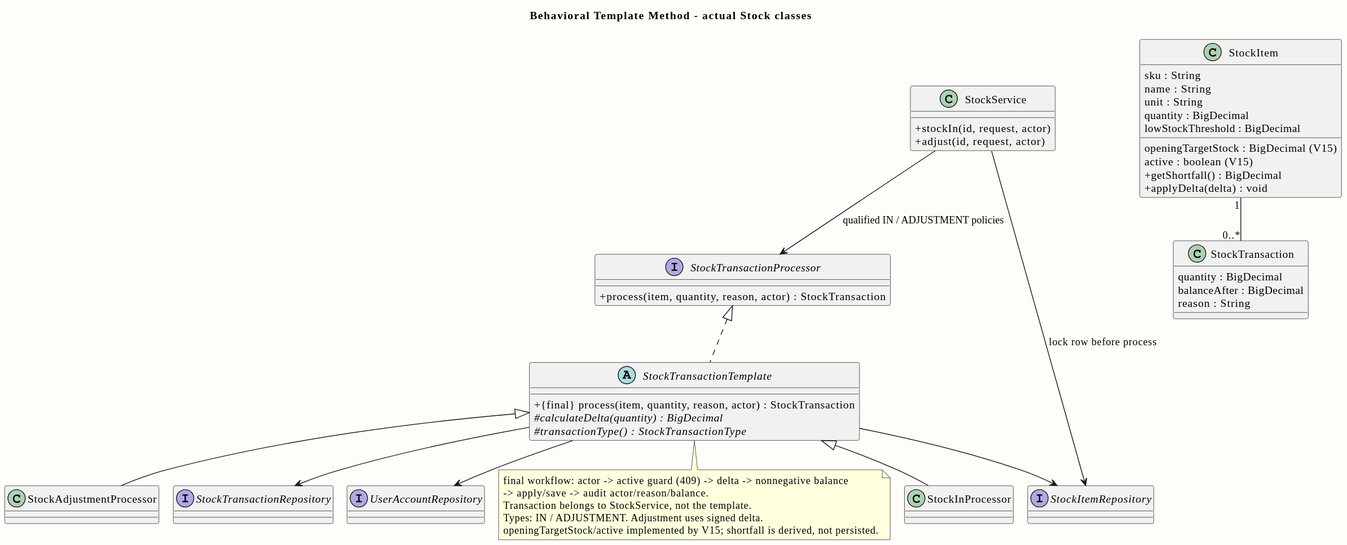
PavaritPramual/buffet-restaurant-management-system keeps this PlantUML diagram as doc/diagrams/previews/class-stock-template.svg. Above is the earlier version.
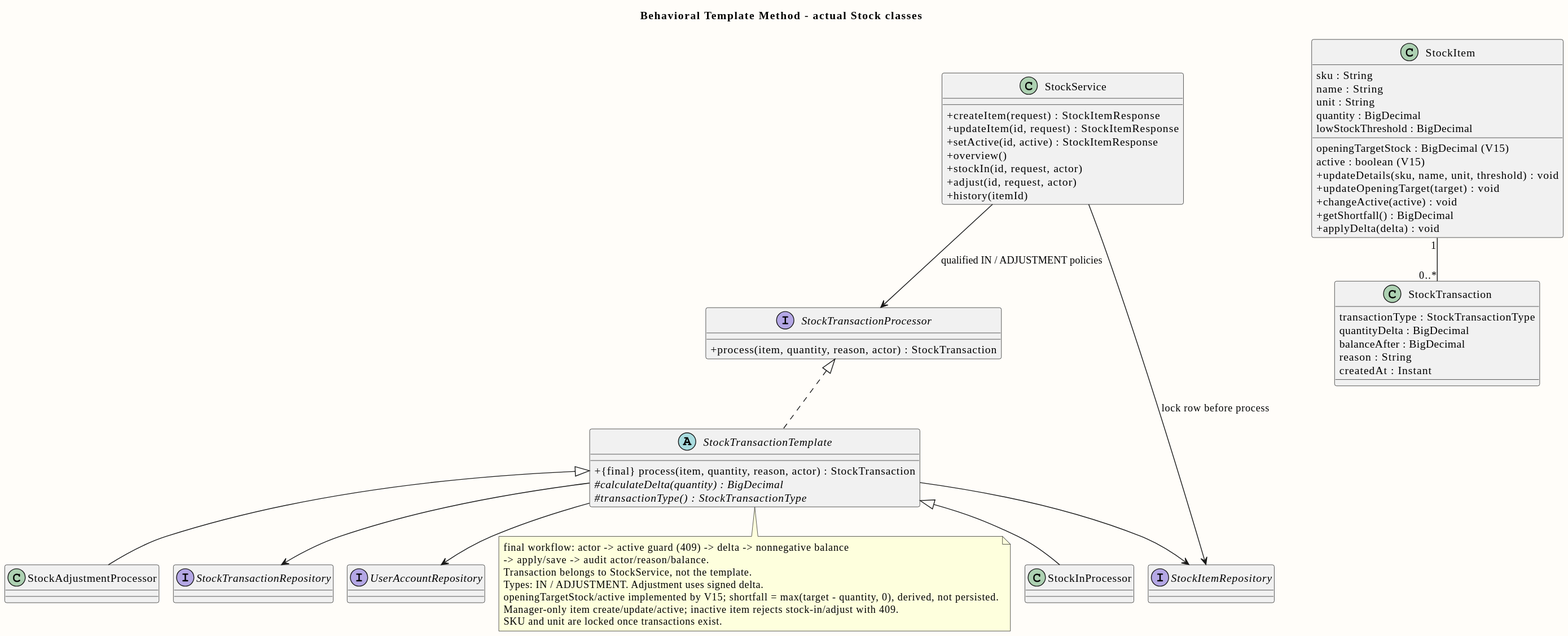
The same file after the commit.

What changed in the source:
```diff
@@ -16,8 +16,13 @@
 class StockInProcessor
 class StockAdjustmentProcessor
 class StockService {
+ +createItem(request) : StockItemResponse
+ +updateItem(id, request) : StockItemResponse
+ +setActive(id, active) : StockItemResponse
+ +overview()
  +stockIn(id, request, actor)
  +adjust(id, request, actor)
+ +history(itemId)
 }
 class StockItem {
  sku : String
@@ -27,13 +32,18 @@
  lowStockThreshold : BigDecimal
  openingTargetStock : BigDecimal (V15)
  active : boolean (V15)
+ +updateDetails(sku, name, unit, threshold) : void
+ +updateOpeningTarget(target) : void
+ +changeActive(active) : void
  +getShortfall() : BigDecimal
  +applyDelta(delta) : void
 }
 class StockTransaction {
- quantity : BigDecimal
+ transactionType : StockTransactionType
+ quantityDelta : BigDecimal
  balanceAfter : BigDecimal
  reason : String
+ createdAt : Instant
 }
 interface StockItemRepository
 interface StockTransactionRepository
@@ -52,6 +62,8 @@
  -> apply/save -> audit actor/reason/balance.
  Transaction belongs to StockService, not the template.
  Types: IN / ADJUSTMENT. Adjustment uses signed delta.
- openingTargetStock/active implemented by V15; shortfall is derived, not persisted.
+ openingTargetStock/active implemented by V15; shortfall = max(target - quantity, 0), derived, not persisted.
+ Manager-only item create/update/active; inactive item rejects stock-in/adjust with 409.
+ SKU and unit are locked once transactions exist.
 end note
 @enduml
```
